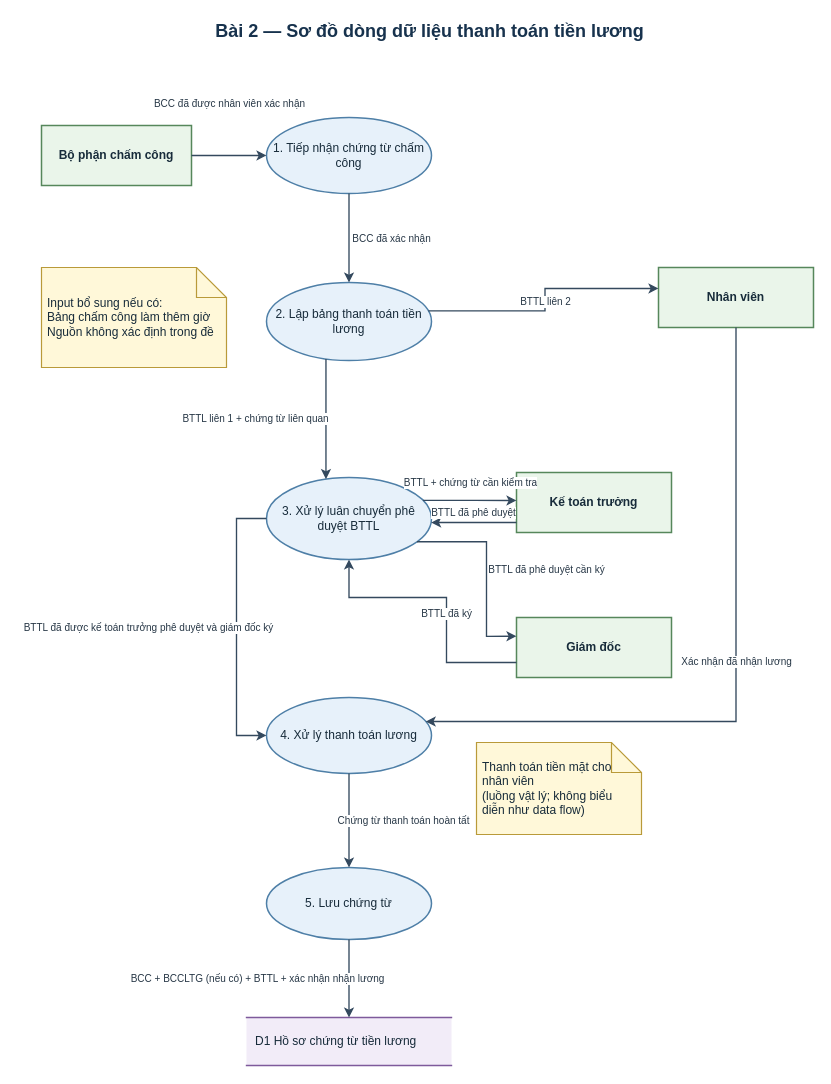
Earlier version of the draw.io diagram assets/drawio/03_payroll_payment_dfd.drawio (saigonbaddielover/thtrang). Source tidied: cells renumbered, new cells numbered last; positions are measured from the earlier drawing's top-left corner, leaving out a move shared by most shapes. Both pictures are drawn from the tidied source at 100%, with x=0, y=0 at pixel (41, 17).
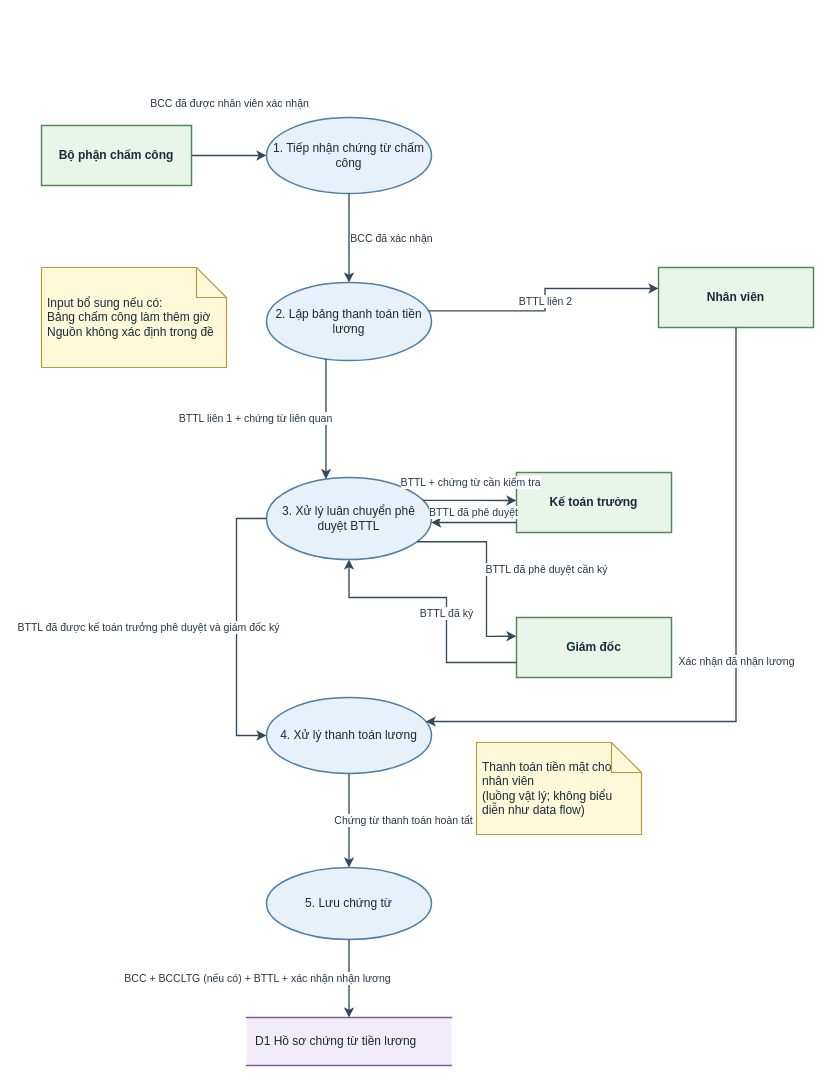
The same diagram, later.

The change refers to these unchanged cells:
```xml
<mxCell id="3" value="Bộ phận chấm công" style="rounded=0;html=1;whiteSpace=wrap;fontFamily=Arial;align=center;verticalAlign=middle;fontColor=#172B3A; fontSize=11;fontStyle=1;spacing=5;fillColor=#EAF5EA;strokeColor=#56875B;strokeWidth=1.5;" parent="1" vertex="1">
  <mxGeometry y="108" width="150" height="60" as="geometry" />
</mxCell>
<mxCell id="4" value="Nhân viên" style="rounded=0;html=1;whiteSpace=wrap;fontFamily=Arial;align=center;verticalAlign=middle;fontColor=#172B3A; fontSize=11;fontStyle=1;spacing=5;fillColor=#EAF5EA;strokeColor=#56875B;strokeWidth=1.5;" parent="1" vertex="1">
  <mxGeometry x="617" y="250" width="155" height="60" as="geometry" />
</mxCell>
<mxCell id="5" value="Kế toán trưởng" style="rounded=0;html=1;whiteSpace=wrap;fontFamily=Arial;align=center;verticalAlign=middle;fontColor=#172B3A; fontSize=11;fontStyle=1;spacing=5;fillColor=#EAF5EA;strokeColor=#56875B;strokeWidth=1.5;" parent="1" vertex="1">
  <mxGeometry x="475" y="455" width="155" height="60" as="geometry" />
</mxCell>
<mxCell id="6" value="Giám đốc" style="rounded=0;html=1;whiteSpace=wrap;fontFamily=Arial;align=center;verticalAlign=middle;fontColor=#172B3A; fontSize=11;fontStyle=1;spacing=5;fillColor=#EAF5EA;strokeColor=#56875B;strokeWidth=1.5;" parent="1" vertex="1">
  <mxGeometry x="475" y="600" width="155" height="60" as="geometry" />
</mxCell>
<mxCell id="7" value="1. Tiếp nhận chứng từ chấm công" style="shape=ellipse;perimeter=ellipsePerimeter;html=1;whiteSpace=wrap;fontFamily=Arial;align=center;verticalAlign=middle;fontColor=#172B3A; fontSize=11;spacing=5;fillColor=#E7F1FA;strokeColor=#4E7FA7;strokeWidth=1.5;" parent="1" vertex="1">
  <mxGeometry x="225" y="100" width="165" height="76" as="geometry" />
</mxCell>
<mxCell id="8" value="2. Lập bảng thanh toán tiền lương" style="shape=ellipse;perimeter=ellipsePerimeter;html=1;whiteSpace=wrap;fontFamily=Arial;align=center;verticalAlign=middle;fontColor=#172B3A; fontSize=11;spacing=5;fillColor=#E7F1FA;strokeColor=#4E7FA7;strokeWidth=1.5;" parent="1" vertex="1">
  <mxGeometry x="225" y="265" width="165" height="78" as="geometry" />
</mxCell>
<mxCell id="9" value="3. Xử lý luân chuyển phê duyệt BTTL" style="shape=ellipse;perimeter=ellipsePerimeter;html=1;whiteSpace=wrap;fontFamily=Arial;align=center;verticalAlign=middle;fontColor=#172B3A; fontSize=11;spacing=5;fillColor=#E7F1FA;strokeColor=#4E7FA7;strokeWidth=1.5;" parent="1" vertex="1">
  <mxGeometry x="225" y="460" width="165" height="82" as="geometry" />
</mxCell>
<mxCell id="10" value="4. Xử lý thanh toán lương" style="shape=ellipse;perimeter=ellipsePerimeter;html=1;whiteSpace=wrap;fontFamily=Arial;align=center;verticalAlign=middle;fontColor=#172B3A; fontSize=11;spacing=5;fillColor=#E7F1FA;strokeColor=#4E7FA7;strokeWidth=1.5;" parent="1" vertex="1">
  <mxGeometry x="225" y="680" width="165" height="76" as="geometry" />
</mxCell>
<mxCell id="11" value="5. Lưu chứng từ" style="shape=ellipse;perimeter=ellipsePerimeter;html=1;whiteSpace=wrap;fontFamily=Arial;align=center;verticalAlign=middle;fontColor=#172B3A; fontSize=11;spacing=5;fillColor=#E7F1FA;strokeColor=#4E7FA7;strokeWidth=1.5;" parent="1" vertex="1">
  <mxGeometry x="225" y="850" width="165" height="72" as="geometry" />
</mxCell>
```

What changed in the source:
```diff
@@
-    <mxCell id="2" value="Bài 2 — Sơ đồ dòng dữ liệu thanh toán tiền lương" style="text;html=1;whiteSpace=wrap;align=center;verticalAlign=middle;fontFamily=Arial;fontSize=18;fontStyle=1;fontColor=#17324D;strokeColor=none;fillColor=none;" parent="1" vertex="1">
-      <mxGeometry x="5" width="767" height="28" as="geometry" />
-    </mxCell>
@@
-    <mxCell id="12" value="D1  Hồ sơ chứng từ tiền lương" style="shape=partialRectangle;right=0;left=0;html=1;whiteSpace=wrap;fontFamily=Arial;align=center;verticalAlign=middle;fontColor=#172B3A; fontSize=10;align=left;spacingLeft=7;spacingRight=4;fillColor=#F2ECF8;strokeColor=#7E5A9B;strokeWidth=1.4;" parent="1" vertex="1">
+    <mxCell id="12" value="D1  Hồ sơ chứng từ tiền lương" style="shape=partialRectangle;right=0;left=0;html=1;whiteSpace=wrap;fontFamily=Arial;align=center;verticalAlign=middle;fontColor=#172B3A; fontSize=10.5;align=left;spacingLeft=7;spacingRight=4;fillColor=#F2ECF8;strokeColor=#7E5A9B;strokeWidth=1.4;" parent="1" vertex="1">
       <mxGeometry x="205" y="1000" width="205" height="48" as="geometry" />
     </mxCell>
-    <mxCell id="13" value="Input bổ sung nếu có:&lt;br&gt;Bảng chấm công làm thêm giờ&lt;br&gt;Nguồn không xác định trong đề" style="shape=note;html=1;whiteSpace=wrap;fontFamily=Arial;align=center;verticalAlign=middle;fontColor=#172B3A; fontSize=10;align=left;spacing=6;fillColor=#FFF8D9;strokeColor=#B99A39;strokeWidth=1.2;" parent="1" vertex="1">
+    <mxCell id="13" value="Input bổ sung nếu có:&lt;br&gt;Bảng chấm công làm thêm giờ&lt;br&gt;Nguồn không xác định trong đề" style="shape=note;html=1;whiteSpace=wrap;fontFamily=Arial;align=center;verticalAlign=middle;fontColor=#172B3A; fontSize=10.5;align=left;spacing=6;fillColor=#FFF8D9;strokeColor=#B99A39;strokeWidth=1.2;" parent="1" vertex="1">
       <mxGeometry y="250" width="185" height="100" as="geometry" />
     </mxCell>
-    <mxCell id="14" value="Thanh toán tiền mặt cho nhân viên&lt;br&gt;(luồng vật lý; không biểu diễn như data flow)" style="shape=note;html=1;whiteSpace=wrap;fontFamily=Arial;align=center;verticalAlign=middle;fontColor=#172B3A; fontSize=10;align=left;spacing=6;fillColor=#FFF8D9;strokeColor=#B99A39;strokeWidth=1.2;" parent="1" vertex="1">
+    <mxCell id="14" value="Thanh toán tiền mặt cho nhân viên&lt;br&gt;(luồng vật lý; không biểu diễn như data flow)" style="shape=note;html=1;whiteSpace=wrap;fontFamily=Arial;align=center;verticalAlign=middle;fontColor=#172B3A; fontSize=10.5;align=left;spacing=6;fillColor=#FFF8D9;strokeColor=#B99A39;strokeWidth=1.2;" parent="1" vertex="1">
       <mxGeometry x="435" y="725" width="165" height="92" as="geometry" />
     </mxCell>
-    <mxCell id="15" value="BCC đã được nhân viên xác nhận" style="edgeStyle=orthogonalEdgeStyle;rounded=0;jettySize=auto;html=1;fontFamily=Arial;fontSize=10;fontColor=#273746;labelBackgroundColor=#FFFFFF;strokeColor=#34495E;strokeWidth=1.35;endArrow=classic;endFill=1;exitX=1;exitY=0.5;entryX=0;entryY=0.5;" parent="1" edge="1" source="3" target="7">
+    <mxCell id="15" value="BCC đã được nhân viên xác nhận" style="edgeStyle=orthogonalEdgeStyle;rounded=0;jettySize=auto;html=1;fontFamily=Arial;fontSize=10.5;fontColor=#273746;labelBackgroundColor=#FFFFFF;strokeColor=#34495E;strokeWidth=1.35;endArrow=classic;endFill=1;exitX=1;exitY=0.5;entryX=0;entryY=0.5;" parent="1" edge="1" source="3" target="7">
       <mxGeometry relative="1" as="geometry">
         <mxPoint y="-52" as="offset" />
       </mxGeometry>
     </mxCell>
-    <mxCell id="16" value="BCC đã xác nhận" style="edgeStyle=orthogonalEdgeStyle;rounded=0;jettySize=auto;html=1;fontFamily=Arial;fontSize=10;fontColor=#273746;labelBackgroundColor=#FFFFFF;strokeColor=#34495E;strokeWidth=1.35;endArrow=classic;endFill=1;exitX=0.5;exitY=1;entryX=0.5;entryY=0;" parent="1" edge="1" source="7" target="8">
+    <mxCell id="16" value="BCC đã xác nhận" style="edgeStyle=orthogonalEdgeStyle;rounded=0;jettySize=auto;html=1;fontFamily=Arial;fontSize=10.5;fontColor=#273746;labelBackgroundColor=#FFFFFF;strokeColor=#34495E;strokeWidth=1.35;endArrow=classic;endFill=1;exitX=0.5;exitY=1;entryX=0.5;entryY=0;" parent="1" edge="1" source="7" target="8">
       <mxGeometry relative="1" as="geometry">
         <mxPoint x="42" as="offset" />
       </mxGeometry>
     </mxCell>
-    <mxCell id="17" value="BTTL liên 2" style="edgeStyle=orthogonalEdgeStyle;rounded=0;jettySize=auto;html=1;fontFamily=Arial;fontSize=10;fontColor=#273746;labelBackgroundColor=#FFFFFF;strokeColor=#34495E;strokeWidth=1.35;endArrow=classic;endFill=1;exitX=1;exitY=0.35;entryX=0;entryY=0.35;" parent="1" edge="1" source="8" target="4">
+    <mxCell id="17" value="BTTL liên 2" style="edgeStyle=orthogonalEdgeStyle;rounded=0;jettySize=auto;html=1;fontFamily=Arial;fontSize=10.5;fontColor=#273746;labelBackgroundColor=#FFFFFF;strokeColor=#34495E;strokeWidth=1.35;endArrow=classic;endFill=1;exitX=1;exitY=0.35;entryX=0;entryY=0.35;" parent="1" edge="1" source="8" target="4">
       <mxGeometry relative="1" as="geometry" />
     </mxCell>
-    <mxCell id="18" value="BTTL liên 1 + chứng từ liên quan" style="edgeStyle=orthogonalEdgeStyle;rounded=0;jettySize=auto;html=1;fontFamily=Arial;fontSize=10;fontColor=#273746;labelBackgroundColor=#FFFFFF;strokeColor=#34495E;strokeWidth=1.35;endArrow=classic;endFill=1;exitX=0.35;exitY=1;entryX=0.35;entryY=0;" parent="1" edge="1" source="8" target="9">
+    <mxCell id="18" value="BTTL liên 1 + chứng từ liên quan" style="edgeStyle=orthogonalEdgeStyle;rounded=0;jettySize=auto;html=1;fontFamily=Arial;fontSize=10.5;fontColor=#273746;labelBackgroundColor=#FFFFFF;strokeColor=#34495E;strokeWidth=1.35;endArrow=classic;endFill=1;exitX=0.35;exitY=1;entryX=0.35;entryY=0;" parent="1" edge="1" source="8" target="9">
       <mxGeometry relative="1" as="geometry">
         <mxPoint x="-70" as="offset" />
       </mxGeometry>
     </mxCell>
-    <mxCell id="19" value="BTTL + chứng từ cần kiểm tra" style="edgeStyle=orthogonalEdgeStyle;rounded=0;jettySize=auto;html=1;fontFamily=Arial;fontSize=10;fontColor=#273746;labelBackgroundColor=#FFFFFF;strokeColor=#34495E;strokeWidth=1.35;endArrow=classic;endFill=1;exitX=1;exitY=0.25;entryX=0;entryY=0.466;" parent="1" edge="1" source="9" target="5">
+    <mxCell id="19" value="BTTL + chứng từ cần kiểm tra" style="edgeStyle=orthogonalEdgeStyle;rounded=0;jettySize=auto;html=1;fontFamily=Arial;fontSize=10.5;fontColor=#273746;labelBackgroundColor=#FFFFFF;strokeColor=#34495E;strokeWidth=1.35;endArrow=classic;endFill=1;exitX=1;exitY=0.25;entryX=0;entryY=0.466;" parent="1" edge="1" source="9" target="5">
       <mxGeometry relative="1" as="geometry">
         <mxPoint y="-18" as="offset" />
       </mxGeometry>
     </mxCell>
-    <mxCell id="20" value="BTTL đã phê duyệt" style="edgeStyle=orthogonalEdgeStyle;rounded=0;jettySize=auto;html=1;fontFamily=Arial;fontSize=10;fontColor=#273746;labelBackgroundColor=#FFFFFF;strokeColor=#34495E;strokeWidth=1.35;endArrow=classic;endFill=1;exitX=0;exitY=0.833;entryX=1;entryY=0.549;" parent="1" edge="1" source="5" target="9">
+    <mxCell id="20" value="BTTL đã phê duyệt" style="edgeStyle=orthogonalEdgeStyle;rounded=0;jettySize=auto;html=1;fontFamily=Arial;fontSize=10.5;fontColor=#273746;labelBackgroundColor=#FFFFFF;strokeColor=#34495E;strokeWidth=1.35;endArrow=classic;endFill=1;exitX=0;exitY=0.833;entryX=1;entryY=0.549;" parent="1" edge="1" source="5" target="9">
       <mxGeometry relative="1" as="geometry">
         <mxPoint y="-10" as="offset" />
       </mxGeometry>
     </mxCell>
-    <mxCell id="21" value="BTTL đã phê duyệt cần ký" style="edgeStyle=orthogonalEdgeStyle;rounded=0;jettySize=auto;html=1;fontFamily=Arial;fontSize=10;fontColor=#273746;labelBackgroundColor=#FFFFFF;strokeColor=#34495E;strokeWidth=1.35;endArrow=classic;endFill=1;exitX=1;exitY=0.85;entryX=0;entryY=0.3125;" parent="1" edge="1" source="9" target="6">
+    <mxCell id="21" value="BTTL đã phê duyệt cần ký" style="edgeStyle=orthogonalEdgeStyle;rounded=0;jettySize=auto;html=1;fontFamily=Arial;fontSize=10.5;fontColor=#273746;labelBackgroundColor=#FFFFFF;strokeColor=#34495E;strokeWidth=1.35;endArrow=classic;endFill=1;exitX=1;exitY=0.85;entryX=0;entryY=0.3125;" parent="1" edge="1" source="9" target="6">
       <mxGeometry relative="1" as="geometry">
         <Array as="points">
           <mxPoint x="445" y="524.2" />
           <mxPoint x="445" y="618.8" />
         </Array>
         <mxPoint x="60" as="offset" />
       </mxGeometry>
     </mxCell>
-    <mxCell id="22" value="BTTL đã ký" style="edgeStyle=orthogonalEdgeStyle;rounded=0;jettySize=auto;html=1;fontFamily=Arial;fontSize=10;fontColor=#273746;labelBackgroundColor=#FFFFFF;strokeColor=#34495E;strokeWidth=1.35;endArrow=classic;endFill=1;exitX=0;exitY=0.75;entryX=0.5;entryY=1;" parent="1" edge="1" source="6" target="9">
+    <mxCell id="22" value="BTTL đã ký" style="edgeStyle=orthogonalEdgeStyle;rounded=0;jettySize=auto;html=1;fontFamily=Arial;fontSize=10.5;fontColor=#273746;labelBackgroundColor=#FFFFFF;strokeColor=#34495E;strokeWidth=1.35;endArrow=classic;endFill=1;exitX=0;exitY=0.75;entryX=0.5;entryY=1;" parent="1" edge="1" source="6" target="9">
       <mxGeometry relative="1" as="geometry">
         <Array as="points">
           <mxPoint x="405" y="645" />
           <mxPoint x="405" y="580" />
           <mxPoint x="307.5" y="580" />
         </Array>
         <mxPoint y="16" as="offset" />
       </mxGeometry>
     </mxCell>
-    <mxCell id="23" value="BTTL đã được kế toán trưởng phê duyệt và giám đốc ký" style="edgeStyle=orthogonalEdgeStyle;rounded=0;jettySize=auto;html=1;fontFamily=Arial;fontSize=10;fontColor=#273746;labelBackgroundColor=#FFFFFF;strokeColor=#34495E;strokeWidth=1.35;endArrow=classic;endFill=1;exitX=0;exitY=0.5;entryX=0;entryY=0.5;" parent="1" edge="1" source="9" target="10">
+    <mxCell id="23" value="BTTL đã được kế toán trưởng phê duyệt và giám đốc ký" style="edgeStyle=orthogonalEdgeStyle;rounded=0;jettySize=auto;html=1;fontFamily=Arial;fontSize=10.5;fontColor=#273746;labelBackgroundColor=#FFFFFF;strokeColor=#34495E;strokeWidth=1.35;endArrow=classic;endFill=1;exitX=0;exitY=0.5;entryX=0;entryY=0.5;" parent="1" edge="1" source="9" target="10">
       <mxGeometry relative="1" as="geometry">
         <Array as="points">
           <mxPoint x="195" y="501" />
           <mxPoint x="195" y="718" />
         </Array>
         <mxPoint x="-88" as="offset" />
       </mxGeometry>
     </mxCell>
-    <mxCell id="24" value="Xác nhận đã nhận lương" style="edgeStyle=orthogonalEdgeStyle;rounded=0;jettySize=auto;html=1;fontFamily=Arial;fontSize=10;fontColor=#273746;labelBackgroundColor=#FFFFFF;strokeColor=#34495E;strokeWidth=1.35;endArrow=classic;endFill=1;exitX=0.5;exitY=1;entryX=1;entryY=0.3026;" parent="1" edge="1" source="4" target="10">
+    <mxCell id="24" value="Xác nhận đã nhận lương" style="edgeStyle=orthogonalEdgeStyle;rounded=0;jettySize=auto;html=1;fontFamily=Arial;fontSize=10.5;fontColor=#273746;labelBackgroundColor=#FFFFFF;strokeColor=#34495E;strokeWidth=1.35;endArrow=classic;endFill=1;exitX=0.5;exitY=1;entryX=1;entryY=0.3026;" parent="1" edge="1" source="4" target="10">
       <mxGeometry relative="1" as="geometry">
         <Array as="points">
           <mxPoint x="694.5" y="704" />
           <mxPoint x="425" y="704" />
         </Array>
         <mxPoint y="-18" as="offset" />
       </mxGeometry>
     </mxCell>
-    <mxCell id="25" value="Chứng từ thanh toán hoàn tất" style="edgeStyle=orthogonalEdgeStyle;rounded=0;jettySize=auto;html=1;fontFamily=Arial;fontSize=10;fontColor=#273746;labelBackgroundColor=#FFFFFF;strokeColor=#34495E;strokeWidth=1.35;endArrow=classic;endFill=1;exitX=0.5;exitY=1;entryX=0.5;entryY=0;" parent="1" edge="1" source="10" target="11">
+    <mxCell id="25" value="Chứng từ thanh toán hoàn tất" style="edgeStyle=orthogonalEdgeStyle;rounded=0;jettySize=auto;html=1;fontFamily=Arial;fontSize=10.5;fontColor=#273746;labelBackgroundColor=#FFFFFF;strokeColor=#34495E;strokeWidth=1.35;endArrow=classic;endFill=1;exitX=0.5;exitY=1;entryX=0.5;entryY=0;" parent="1" edge="1" source="10" target="11">
       <mxGeometry relative="1" as="geometry">
         <mxPoint x="54" as="offset" />
       </mxGeometry>
     </mxCell>
-    <mxCell id="26" value="BCC + BCCLTG (nếu có) + BTTL + xác nhận nhận lương" style="edgeStyle=orthogonalEdgeStyle;rounded=0;jettySize=auto;html=1;fontFamily=Arial;fontSize=10;fontColor=#273746;labelBackgroundColor=#FFFFFF;strokeColor=#34495E;strokeWidth=1.35;endArrow=classic;endFill=1;exitX=0.5;exitY=1;entryX=0.5;entryY=0;" parent="1" edge="1" source="11" target="12">
+    <mxCell id="26" value="BCC + BCCLTG (nếu có) + BTTL + xác nhận nhận lương" style="edgeStyle=orthogonalEdgeStyle;rounded=0;jettySize=auto;html=1;fontFamily=Arial;fontSize=10.5;fontColor=#273746;labelBackgroundColor=#FFFFFF;strokeColor=#34495E;strokeWidth=1.35;endArrow=classic;endFill=1;exitX=0.5;exitY=1;entryX=0.5;entryY=0;" parent="1" edge="1" source="11" target="12">
       <mxGeometry relative="1" as="geometry">
         <mxPoint x="-92" as="offset" />
       </mxGeometry>
     </mxCell>
```
